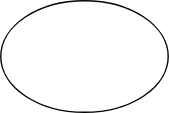
Before: 01.drawio.svg, a diagram exported from draw.io (KBluePurple/page). Source tidied: cells renumbered, new cells last; positions are measured from the earlier drawing's top-left corner, leaving out a move shared by most shapes. Source of this version:
```xml
<mxGraphModel>
  <root>
    <mxCell id="0" />
    <mxCell id="1" parent="0" />
    <mxCell id="2" style="ellipse;whiteSpace=wrap;html=1;" parent="1" vertex="1">
      <mxGeometry width="120" height="80" as="geometry" />
    </mxCell>
  </root>
</mxGraphModel>
```
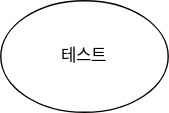
Above is the later version.

What changed in the source:
```diff
@@ -2,7 +2,7 @@
   <root>
     <mxCell id="0" />
     <mxCell id="1" parent="0" />
-    <mxCell id="2" style="ellipse;whiteSpace=wrap;html=1;" parent="1" vertex="1">
+    <mxCell id="2" value="테스트" style="ellipse;whiteSpace=wrap;html=1;" parent="1" vertex="1">
       <mxGeometry width="120" height="80" as="geometry" />
     </mxCell>
   </root>
```
